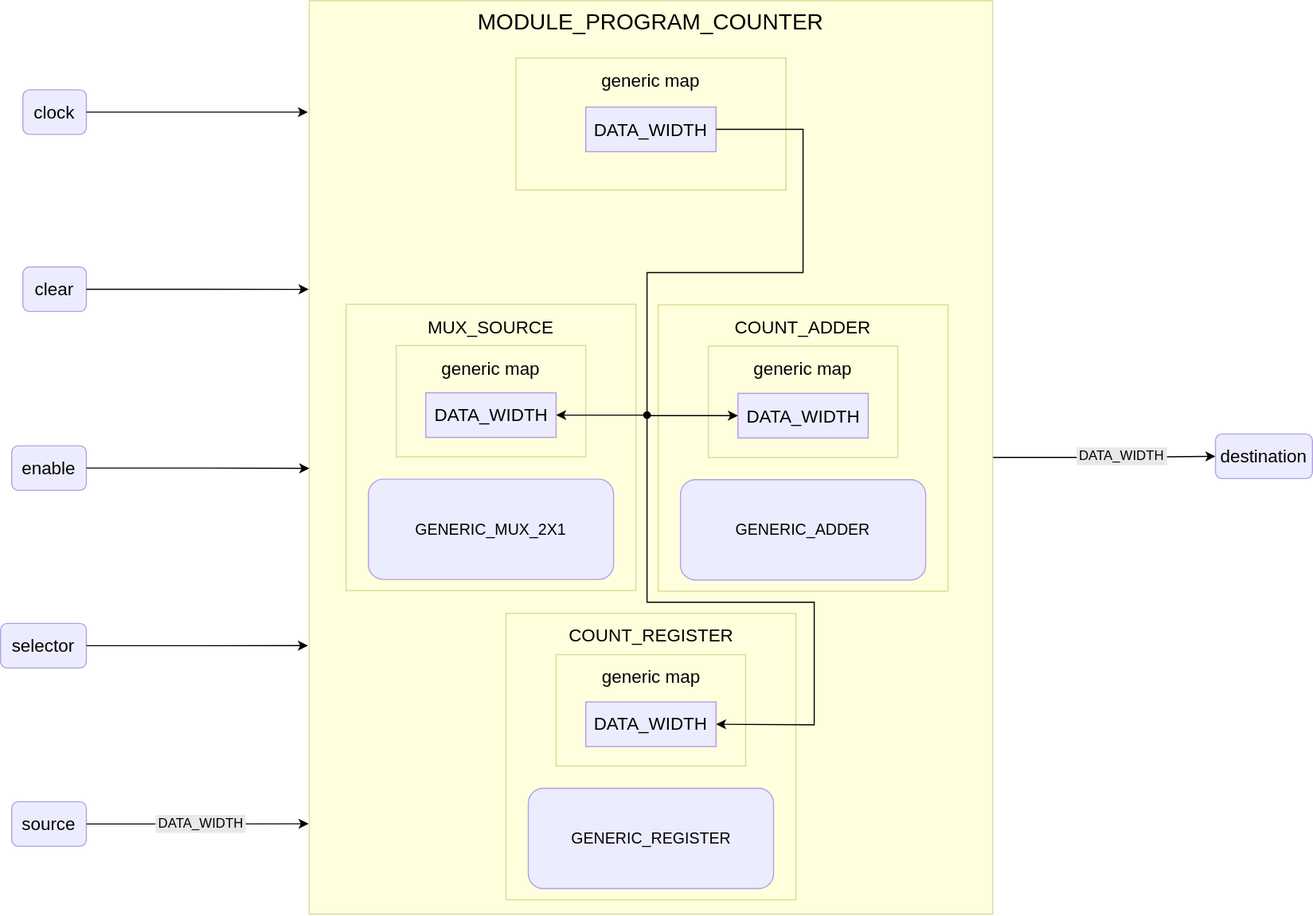
The draw.io diagram public/images/reference/report_components/module_program_counter.drawio.svg in insper-riscv/docs, before a commit. Source tidied: cells renumbered, new cells last; positions are measured from the earlier drawing's top-left corner, leaving out a move shared by most shapes.
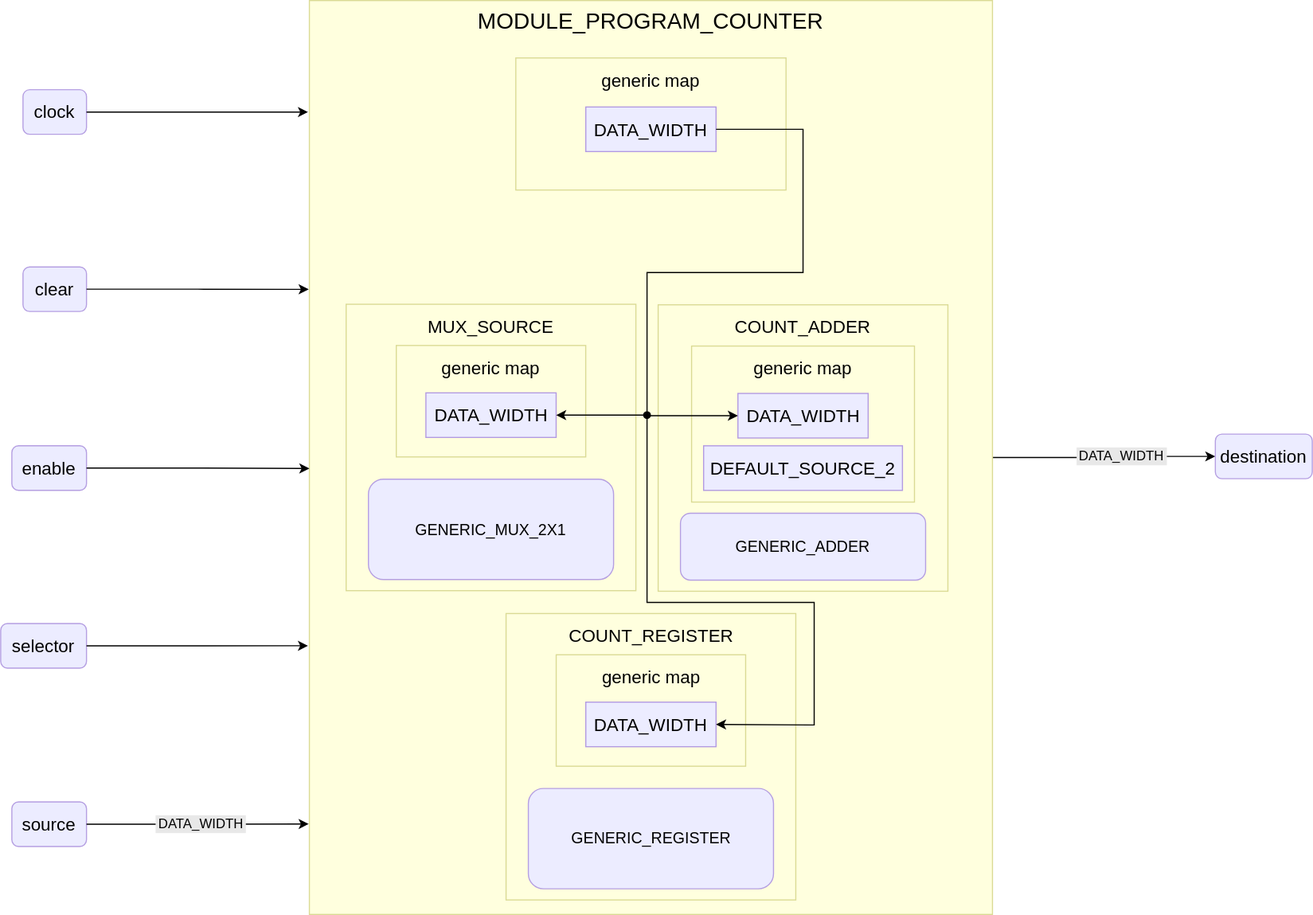
Above is the later version.

Commit message:
updating more diagrams for report

Change to the diagram source:
```diff
@@ -36,13 +36,13 @@
       <mxGeometry x="590" y="273" width="260" height="257" as="geometry" />
     </mxCell>
     <mxCell id="13" value="&lt;span style=&quot;font-size: 16px;&quot;&gt;generic map&lt;/span&gt;" style="rounded=0;whiteSpace=wrap;html=1;fillColor=#ffffde;strokeColor=#dada94;verticalAlign=top;fontSize=20;" parent="1" vertex="1">
-      <mxGeometry x="635" y="310" width="170" height="100" as="geometry" />
+      <mxGeometry x="620" y="310" width="200" height="140" as="geometry" />
     </mxCell>
     <mxCell id="14" value="DATA_WIDTH" style="rounded=0;whiteSpace=wrap;html=1;fillColor=#ececff;strokeColor=#b29ae1;fontSize=16;" parent="1" vertex="1">
       <mxGeometry x="661.6" y="352.5" width="116.9" height="40" as="geometry" />
     </mxCell>
     <mxCell id="15" value="GENERIC_ADDER" style="rounded=1;whiteSpace=wrap;html=1;fillColor=#ececff;strokeColor=#b59fe2;fontSize=14;" parent="1" vertex="1">
-      <mxGeometry x="610" y="430" width="220" height="90" as="geometry" />
+      <mxGeometry x="610" y="460" width="220" height="60" as="geometry" />
     </mxCell>
     <mxCell id="16" style="edgeStyle=orthogonalEdgeStyle;rounded=0;jettySize=auto;html=1;entryX=0;entryY=0.5;entryDx=0;entryDy=0;" parent="1" edge="1" source="5" target="14">
       <mxGeometry relative="1" as="geometry">
@@ -114,5 +114,8 @@
     <mxCell id="33" value="DATA_WIDTH" style="rounded=0;whiteSpace=wrap;html=1;fillColor=#e8e8e8;strokeColor=#e8e8e8;" parent="1" vertex="1">
       <mxGeometry x="139.5" y="731.5" width="80" height="15" as="geometry" />
     </mxCell>
+    <mxCell id="34" value="DEFAULT_SOURCE_2" style="rounded=0;whiteSpace=wrap;html=1;fillColor=#ececff;strokeColor=#b29ae1;fontSize=16;" parent="1" vertex="1">
+      <mxGeometry x="630.8" y="399.5" width="178.4" height="40" as="geometry" />
+    </mxCell>
   </root>
 </mxGraphModel>
```
